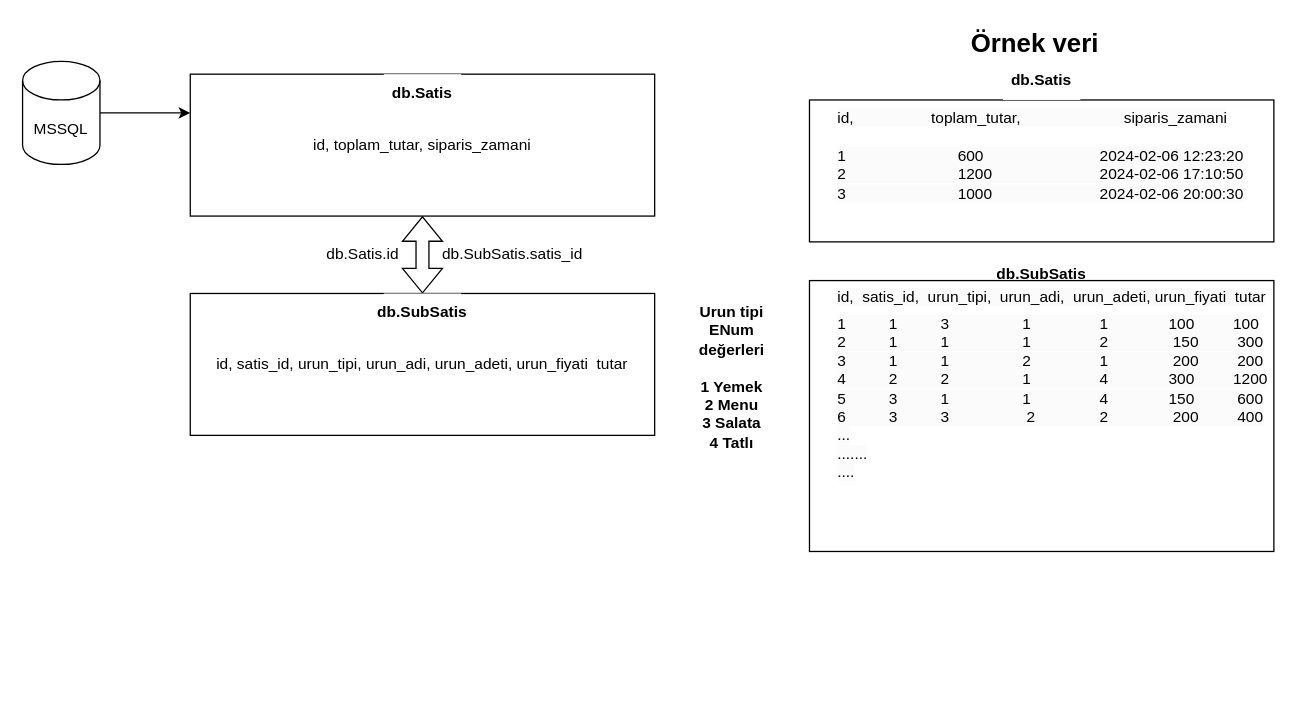
This is Başlıksız Diyagram.drawio from sinancesur34/Food-Ordering-Project, a draw.io file, before an edit. Source tidied: cells renumbered, new cells numbered last; positions are measured from the earlier drawing's top-left corner, leaving out a move shared by most shapes. Both pictures are drawn from the tidied source at 129%, with x=0, y=0 at pixel (22, 22).
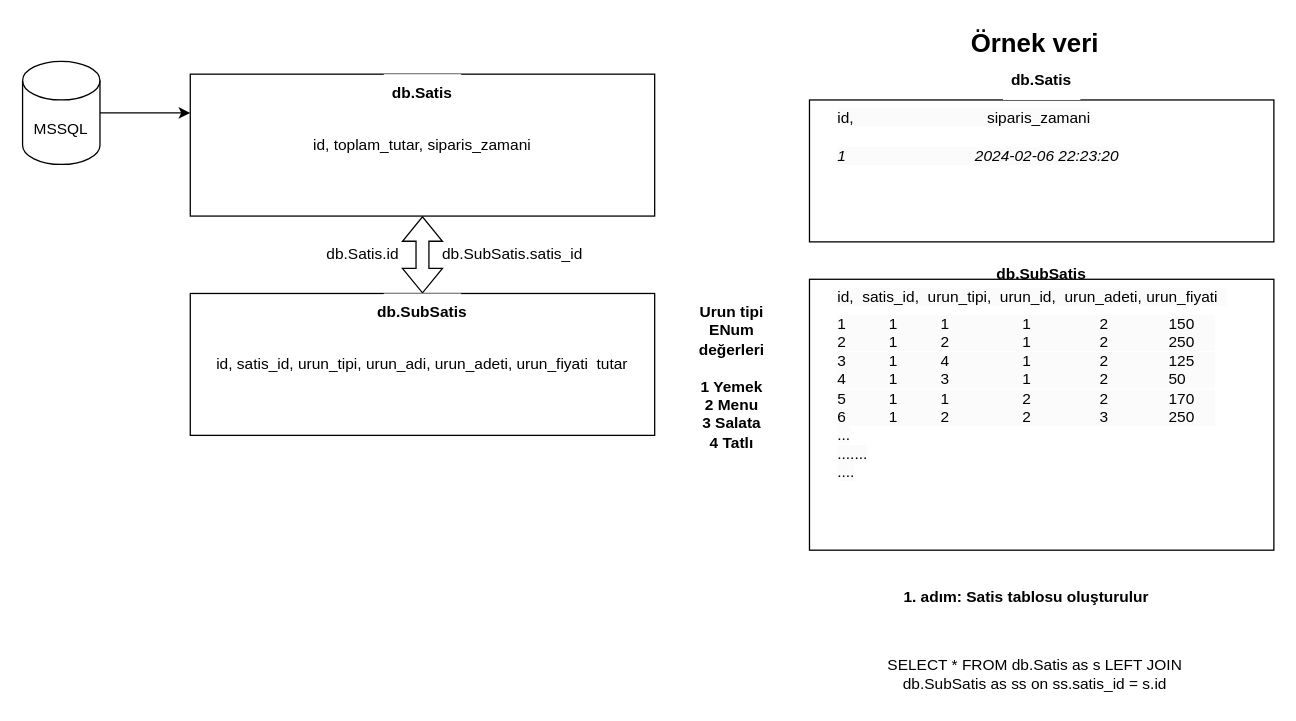
After the change.

Diff of the diagram source:
```diff
@@
-    <mxCell id="14" value="&lt;span style=&quot;color: rgb(0, 0, 0); font-family: Helvetica; font-size: 12px; font-style: normal; font-variant-ligatures: normal; font-variant-caps: normal; font-weight: 400; letter-spacing: normal; orphans: 2; text-align: center; text-indent: 0px; text-transform: none; widows: 2; word-spacing: 0px; -webkit-text-stroke-width: 0px; background-color: rgb(251, 251, 251); text-decoration-thickness: initial; text-decoration-style: initial; text-decoration-color: initial; float: none; display: inline !important;&quot;&gt;id,&amp;nbsp; &amp;nbsp; &amp;nbsp; &amp;nbsp; &amp;nbsp; &amp;nbsp; &amp;nbsp; &amp;nbsp; &amp;nbsp; toplam_tutar,&amp;nbsp; &amp;nbsp; &amp;nbsp; &amp;nbsp; &amp;nbsp; &amp;nbsp; &amp;nbsp; &amp;nbsp; &amp;nbsp; &amp;nbsp; &amp;nbsp; &amp;nbsp; siparis_zamani&lt;/span&gt;" style="text;whiteSpace=wrap;html=1;" parent="1" vertex="1">
+    <mxCell id="14" value="&lt;span style=&quot;color: rgb(0, 0, 0); font-family: Helvetica; font-size: 12px; font-style: normal; font-variant-ligatures: normal; font-variant-caps: normal; font-weight: 400; letter-spacing: normal; orphans: 2; text-align: center; text-indent: 0px; text-transform: none; widows: 2; word-spacing: 0px; -webkit-text-stroke-width: 0px; background-color: rgb(251, 251, 251); text-decoration-thickness: initial; text-decoration-style: initial; text-decoration-color: initial; float: none; display: inline !important;&quot;&gt;id,&amp;nbsp; &amp;nbsp; &amp;nbsp; &amp;nbsp; &amp;nbsp; &amp;nbsp; &amp;nbsp; &amp;nbsp; &amp;nbsp; &amp;nbsp; &amp;nbsp; &amp;nbsp; &amp;nbsp; &amp;nbsp; &amp;nbsp; &amp;nbsp;siparis_zamani&lt;/span&gt;" style="text;whiteSpace=wrap;html=1;" parent="1" vertex="1">
       <mxGeometry x="630" y="60" width="340" height="40" as="geometry" />
     </mxCell>
-    <mxCell id="15" value="&lt;span style=&quot;color: rgb(0, 0, 0); font-family: Helvetica; font-size: 12px; font-style: normal; font-variant-ligatures: normal; font-variant-caps: normal; font-weight: 400; letter-spacing: normal; orphans: 2; text-align: center; text-indent: 0px; text-transform: none; widows: 2; word-spacing: 0px; -webkit-text-stroke-width: 0px; background-color: rgb(251, 251, 251); text-decoration-thickness: initial; text-decoration-style: initial; text-decoration-color: initial; float: none; display: inline !important;&quot;&gt;1&amp;nbsp; &amp;nbsp; &amp;nbsp; &amp;nbsp; &amp;nbsp; &amp;nbsp; &amp;nbsp; &amp;nbsp; &amp;nbsp; &amp;nbsp; &amp;nbsp; &amp;nbsp; &amp;nbsp; 600&amp;nbsp; &amp;nbsp; &amp;nbsp; &amp;nbsp; &amp;nbsp; &amp;nbsp; &amp;nbsp; &amp;nbsp; &amp;nbsp; &amp;nbsp; &amp;nbsp; &amp;nbsp; &amp;nbsp; &amp;nbsp;2024-02-06 12:23:20&lt;br&gt;2&amp;nbsp; &amp;nbsp; &amp;nbsp; &amp;nbsp; &amp;nbsp; &amp;nbsp; &amp;nbsp; &amp;nbsp; &amp;nbsp; &amp;nbsp; &amp;nbsp; &amp;nbsp; &amp;nbsp; 1200&amp;nbsp; &amp;nbsp; &amp;nbsp; &amp;nbsp; &amp;nbsp; &amp;nbsp; &amp;nbsp; &amp;nbsp; &amp;nbsp; &amp;nbsp; &amp;nbsp; &amp;nbsp; &amp;nbsp;2024-02-06 17:10:50&lt;br&gt;3&amp;nbsp; &amp;nbsp; &amp;nbsp; &amp;nbsp; &amp;nbsp; &amp;nbsp; &amp;nbsp; &amp;nbsp; &amp;nbsp; &amp;nbsp; &amp;nbsp; &amp;nbsp; &amp;nbsp; 1000&amp;nbsp; &amp;nbsp; &amp;nbsp; &amp;nbsp; &amp;nbsp; &amp;nbsp; &amp;nbsp; &amp;nbsp; &amp;nbsp; &amp;nbsp; &amp;nbsp; &amp;nbsp; &amp;nbsp;2024-02-06 20:00:30&lt;br&gt;&lt;/span&gt;" style="text;whiteSpace=wrap;html=1;" parent="1" vertex="1">
+    <mxCell id="15" value="&lt;span style=&quot;color: rgb(0, 0, 0); font-family: Helvetica; font-size: 12px; font-variant-ligatures: normal; font-variant-caps: normal; letter-spacing: normal; orphans: 2; text-align: center; text-indent: 0px; text-transform: none; widows: 2; word-spacing: 0px; -webkit-text-stroke-width: 0px; background-color: rgb(251, 251, 251); text-decoration-thickness: initial; text-decoration-style: initial; text-decoration-color: initial; float: none; display: inline !important; font-weight: 400;&quot;&gt;&lt;i&gt;1&amp;nbsp; &amp;nbsp; &amp;nbsp; &amp;nbsp; &amp;nbsp; &amp;nbsp; &amp;nbsp; &amp;nbsp; &amp;nbsp; &amp;nbsp; &amp;nbsp; &amp;nbsp; &amp;nbsp; &amp;nbsp; &amp;nbsp; 2024-02-06 22:23:20&lt;/i&gt;&lt;br&gt;&lt;/span&gt;" style="text;whiteSpace=wrap;html=1;" parent="1" vertex="1">
       <mxGeometry x="630" y="90" width="340" height="40" as="geometry" />
     </mxCell>
@@
     <mxCell id="17" style="rounded=0;whiteSpace=wrap;html=1;" parent="1" vertex="1">
-      <mxGeometry x="610" y="200" width="360" height="210" as="geometry" />
+      <mxGeometry x="610" y="199" width="360" height="210" as="geometry" />
     </mxCell>
-    <mxCell id="18" value="&lt;span style=&quot;color: rgb(0, 0, 0); font-family: Helvetica; font-size: 12px; font-style: normal; font-variant-ligatures: normal; font-variant-caps: normal; font-weight: 400; letter-spacing: normal; orphans: 2; text-align: center; text-indent: 0px; text-transform: none; widows: 2; word-spacing: 0px; -webkit-text-stroke-width: 0px; background-color: rgb(251, 251, 251); text-decoration-thickness: initial; text-decoration-style: initial; text-decoration-color: initial; float: none; display: inline !important;&quot;&gt;1&amp;nbsp; &amp;nbsp; &amp;nbsp; &amp;nbsp; &amp;nbsp; 1&amp;nbsp; &amp;nbsp; &amp;nbsp; &amp;nbsp; &amp;nbsp; 3&amp;nbsp; &amp;nbsp; &amp;nbsp; &amp;nbsp; &amp;nbsp; &amp;nbsp; &amp;nbsp; &amp;nbsp; &amp;nbsp;1&amp;nbsp; &amp;nbsp; &amp;nbsp; &amp;nbsp; &amp;nbsp; &amp;nbsp; &amp;nbsp; &amp;nbsp; 1&amp;nbsp; &amp;nbsp; &amp;nbsp; &amp;nbsp; &amp;nbsp; &amp;nbsp; &amp;nbsp; 100&amp;nbsp; &amp;nbsp; &amp;nbsp; &amp;nbsp; &amp;nbsp;100&lt;br&gt;2&amp;nbsp; &amp;nbsp; &amp;nbsp; &amp;nbsp; &amp;nbsp; 1&amp;nbsp; &amp;nbsp; &amp;nbsp; &amp;nbsp; &amp;nbsp; 1&amp;nbsp; &amp;nbsp; &amp;nbsp; &amp;nbsp; &amp;nbsp; &amp;nbsp; &amp;nbsp; &amp;nbsp; &amp;nbsp;1&amp;nbsp; &amp;nbsp; &amp;nbsp; &amp;nbsp; &amp;nbsp; &amp;nbsp; &amp;nbsp; &amp;nbsp; 2&amp;nbsp; &amp;nbsp; &amp;nbsp; &amp;nbsp; &amp;nbsp; &amp;nbsp; &amp;nbsp; &amp;nbsp;150&amp;nbsp; &amp;nbsp; &amp;nbsp; &amp;nbsp; &amp;nbsp;300&lt;br&gt;3&amp;nbsp; &amp;nbsp; &amp;nbsp; &amp;nbsp; &amp;nbsp; 1&amp;nbsp; &amp;nbsp; &amp;nbsp; &amp;nbsp; &amp;nbsp; 1&amp;nbsp; &amp;nbsp; &amp;nbsp; &amp;nbsp; &amp;nbsp; &amp;nbsp; &amp;nbsp; &amp;nbsp; &amp;nbsp;2&amp;nbsp; &amp;nbsp; &amp;nbsp; &amp;nbsp; &amp;nbsp; &amp;nbsp; &amp;nbsp; &amp;nbsp; 1&amp;nbsp; &amp;nbsp; &amp;nbsp; &amp;nbsp; &amp;nbsp; &amp;nbsp; &amp;nbsp; &amp;nbsp;200&amp;nbsp; &amp;nbsp; &amp;nbsp; &amp;nbsp; &amp;nbsp;200&lt;br&gt;4&amp;nbsp; &amp;nbsp; &amp;nbsp; &amp;nbsp; &amp;nbsp; 2&amp;nbsp; &amp;nbsp; &amp;nbsp; &amp;nbsp; &amp;nbsp; 2&amp;nbsp; &amp;nbsp; &amp;nbsp; &amp;nbsp; &amp;nbsp; &amp;nbsp; &amp;nbsp; &amp;nbsp; &amp;nbsp;1&amp;nbsp; &amp;nbsp; &amp;nbsp; &amp;nbsp; &amp;nbsp; &amp;nbsp; &amp;nbsp; &amp;nbsp; 4&amp;nbsp; &amp;nbsp; &amp;nbsp; &amp;nbsp; &amp;nbsp; &amp;nbsp; &amp;nbsp; 300&amp;nbsp; &amp;nbsp; &amp;nbsp; &amp;nbsp; &amp;nbsp;1200&lt;br style=&quot;border-color: var(--border-color);&quot;&gt;5&amp;nbsp; &amp;nbsp; &amp;nbsp; &amp;nbsp; &amp;nbsp; 3&amp;nbsp; &amp;nbsp; &amp;nbsp; &amp;nbsp; &amp;nbsp; 1&amp;nbsp; &amp;nbsp; &amp;nbsp; &amp;nbsp; &amp;nbsp; &amp;nbsp; &amp;nbsp; &amp;nbsp; &amp;nbsp;1&amp;nbsp; &amp;nbsp; &amp;nbsp; &amp;nbsp; &amp;nbsp; &amp;nbsp; &amp;nbsp; &amp;nbsp; 4&amp;nbsp; &amp;nbsp; &amp;nbsp; &amp;nbsp; &amp;nbsp; &amp;nbsp; &amp;nbsp; 150&amp;nbsp; &amp;nbsp; &amp;nbsp; &amp;nbsp; &amp;nbsp; 600&lt;br style=&quot;border-color: var(--border-color);&quot;&gt;6&amp;nbsp; &amp;nbsp; &amp;nbsp; &amp;nbsp; &amp;nbsp; 3&amp;nbsp; &amp;nbsp; &amp;nbsp; &amp;nbsp; &amp;nbsp; 3&amp;nbsp; &amp;nbsp; &amp;nbsp; &amp;nbsp; &amp;nbsp; &amp;nbsp; &amp;nbsp; &amp;nbsp; &amp;nbsp; 2&amp;nbsp; &amp;nbsp; &amp;nbsp; &amp;nbsp; &amp;nbsp; &amp;nbsp; &amp;nbsp; &amp;nbsp;2&amp;nbsp; &amp;nbsp; &amp;nbsp; &amp;nbsp; &amp;nbsp; &amp;nbsp; &amp;nbsp; &amp;nbsp;200&amp;nbsp; &amp;nbsp; &amp;nbsp; &amp;nbsp; &amp;nbsp;400&lt;br style=&quot;border-color: var(--border-color);&quot;&gt;...&lt;br style=&quot;border-color: var(--border-color);&quot;&gt;.......&lt;br&gt;....&lt;br&gt;&lt;/span&gt;" style="text;whiteSpace=wrap;html=1;" parent="1" vertex="1">
+    <mxCell id="18" value="&lt;span style=&quot;color: rgb(0, 0, 0); font-family: Helvetica; font-size: 12px; font-style: normal; font-variant-ligatures: normal; font-variant-caps: normal; font-weight: 400; letter-spacing: normal; orphans: 2; text-align: center; text-indent: 0px; text-transform: none; widows: 2; word-spacing: 0px; -webkit-text-stroke-width: 0px; background-color: rgb(251, 251, 251); text-decoration-thickness: initial; text-decoration-style: initial; text-decoration-color: initial; float: none; display: inline !important;&quot;&gt;1&amp;nbsp; &amp;nbsp; &amp;nbsp; &amp;nbsp; &amp;nbsp; 1&amp;nbsp; &amp;nbsp; &amp;nbsp; &amp;nbsp; &amp;nbsp; 1&amp;nbsp; &amp;nbsp; &amp;nbsp; &amp;nbsp; &amp;nbsp; &amp;nbsp; &amp;nbsp; &amp;nbsp; &amp;nbsp;1&amp;nbsp; &amp;nbsp; &amp;nbsp; &amp;nbsp; &amp;nbsp; &amp;nbsp; &amp;nbsp; &amp;nbsp; 2&amp;nbsp; &amp;nbsp; &amp;nbsp; &amp;nbsp; &amp;nbsp; &amp;nbsp; &amp;nbsp; 150&amp;nbsp; &amp;nbsp; &amp;nbsp;&lt;br&gt;2&amp;nbsp; &amp;nbsp; &amp;nbsp; &amp;nbsp; &amp;nbsp; 1&amp;nbsp; &amp;nbsp; &amp;nbsp; &amp;nbsp; &amp;nbsp; 2&amp;nbsp; &amp;nbsp; &amp;nbsp; &amp;nbsp; &amp;nbsp; &amp;nbsp; &amp;nbsp; &amp;nbsp; &amp;nbsp;1&amp;nbsp; &amp;nbsp; &amp;nbsp; &amp;nbsp; &amp;nbsp; &amp;nbsp; &amp;nbsp; &amp;nbsp; 2&amp;nbsp; &amp;nbsp; &amp;nbsp; &amp;nbsp; &amp;nbsp; &amp;nbsp; &amp;nbsp; 250&amp;nbsp; &amp;nbsp; &amp;nbsp;&lt;br&gt;3&amp;nbsp; &amp;nbsp; &amp;nbsp; &amp;nbsp; &amp;nbsp; 1&amp;nbsp; &amp;nbsp; &amp;nbsp; &amp;nbsp; &amp;nbsp; 4&amp;nbsp; &amp;nbsp; &amp;nbsp; &amp;nbsp; &amp;nbsp; &amp;nbsp; &amp;nbsp; &amp;nbsp; &amp;nbsp;1&amp;nbsp; &amp;nbsp; &amp;nbsp; &amp;nbsp; &amp;nbsp; &amp;nbsp; &amp;nbsp; &amp;nbsp; 2&amp;nbsp; &amp;nbsp; &amp;nbsp; &amp;nbsp; &amp;nbsp; &amp;nbsp; &amp;nbsp; 125&amp;nbsp; &amp;nbsp; &amp;nbsp;&lt;br&gt;4&amp;nbsp; &amp;nbsp; &amp;nbsp; &amp;nbsp; &amp;nbsp; 1&amp;nbsp; &amp;nbsp; &amp;nbsp; &amp;nbsp; &amp;nbsp; 3&amp;nbsp; &amp;nbsp; &amp;nbsp; &amp;nbsp; &amp;nbsp; &amp;nbsp; &amp;nbsp; &amp;nbsp; &amp;nbsp;1&amp;nbsp; &amp;nbsp; &amp;nbsp; &amp;nbsp; &amp;nbsp; &amp;nbsp; &amp;nbsp; &amp;nbsp; 2&amp;nbsp; &amp;nbsp; &amp;nbsp; &amp;nbsp; &amp;nbsp; &amp;nbsp; &amp;nbsp; 50&amp;nbsp; &amp;nbsp; &amp;nbsp; &amp;nbsp;&lt;br style=&quot;border-color: var(--border-color);&quot;&gt;5&amp;nbsp; &amp;nbsp; &amp;nbsp; &amp;nbsp; &amp;nbsp; 1&amp;nbsp; &amp;nbsp; &amp;nbsp; &amp;nbsp; &amp;nbsp; 1&amp;nbsp; &amp;nbsp; &amp;nbsp; &amp;nbsp; &amp;nbsp; &amp;nbsp; &amp;nbsp; &amp;nbsp; &amp;nbsp;2&amp;nbsp; &amp;nbsp; &amp;nbsp; &amp;nbsp; &amp;nbsp; &amp;nbsp; &amp;nbsp; &amp;nbsp; 2&amp;nbsp; &amp;nbsp; &amp;nbsp; &amp;nbsp; &amp;nbsp; &amp;nbsp; &amp;nbsp; 170&amp;nbsp; &amp;nbsp; &amp;nbsp;&lt;br style=&quot;border-color: var(--border-color);&quot;&gt;6&amp;nbsp; &amp;nbsp; &amp;nbsp; &amp;nbsp; &amp;nbsp; 1&amp;nbsp; &amp;nbsp; &amp;nbsp; &amp;nbsp; &amp;nbsp; 2&amp;nbsp; &amp;nbsp; &amp;nbsp; &amp;nbsp; &amp;nbsp; &amp;nbsp; &amp;nbsp; &amp;nbsp; &amp;nbsp;2&amp;nbsp; &amp;nbsp; &amp;nbsp; &amp;nbsp; &amp;nbsp; &amp;nbsp; &amp;nbsp; &amp;nbsp; 3&amp;nbsp; &amp;nbsp; &amp;nbsp; &amp;nbsp; &amp;nbsp; &amp;nbsp; &amp;nbsp; 250&amp;nbsp; &amp;nbsp; &amp;nbsp;&lt;br style=&quot;border-color: var(--border-color);&quot;&gt;...&lt;br style=&quot;border-color: var(--border-color);&quot;&gt;.......&lt;br&gt;....&lt;br&gt;&lt;/span&gt;" style="text;whiteSpace=wrap;html=1;" parent="1" vertex="1">
       <mxGeometry x="630" y="220" width="340" height="40" as="geometry" />
     </mxCell>
-    <mxCell id="19" value="&lt;span style=&quot;color: rgb(0, 0, 0); font-family: Helvetica; font-size: 12px; font-style: normal; font-variant-ligatures: normal; font-variant-caps: normal; font-weight: 400; letter-spacing: normal; orphans: 2; text-align: center; text-indent: 0px; text-transform: none; widows: 2; word-spacing: 0px; -webkit-text-stroke-width: 0px; background-color: rgb(251, 251, 251); text-decoration-thickness: initial; text-decoration-style: initial; text-decoration-color: initial; float: none; display: inline !important;&quot;&gt;id,&amp;nbsp; satis_id,&amp;nbsp; urun_tipi,&amp;nbsp; urun_adi,&amp;nbsp; urun_adeti, urun_fiyati&amp;nbsp; tutar&lt;/span&gt;" style="text;whiteSpace=wrap;html=1;" parent="1" vertex="1">
+    <mxCell id="19" value="&lt;span style=&quot;color: rgb(0, 0, 0); font-family: Helvetica; font-size: 12px; font-style: normal; font-variant-ligatures: normal; font-variant-caps: normal; font-weight: 400; letter-spacing: normal; orphans: 2; text-align: center; text-indent: 0px; text-transform: none; widows: 2; word-spacing: 0px; -webkit-text-stroke-width: 0px; background-color: rgb(251, 251, 251); text-decoration-thickness: initial; text-decoration-style: initial; text-decoration-color: initial; float: none; display: inline !important;&quot;&gt;id,&amp;nbsp; satis_id,&amp;nbsp; urun_tipi,&amp;nbsp; urun_id,&amp;nbsp; urun_adeti, urun_fiyati&amp;nbsp;&amp;nbsp;&lt;/span&gt;" style="text;whiteSpace=wrap;html=1;" parent="1" vertex="1">
       <mxGeometry x="630" y="199" width="340" height="40" as="geometry" />
     </mxCell>
@@
+    <mxCell id="21" value="&lt;b&gt;1. adım: Satis tablosu oluşturulur&lt;span style=&quot;white-space: pre;&quot;&gt;&#9;&lt;/span&gt;&lt;/b&gt;" style="text;html=1;strokeColor=none;fillColor=none;align=center;verticalAlign=middle;whiteSpace=wrap;rounded=0;" parent="1" vertex="1">
+      <mxGeometry x="645" y="420" width="290" height="51" as="geometry" />
+    </mxCell>
+    <mxCell id="22" value="SELECT * FROM db.Satis as s LEFT JOIN db.SubSatis as ss on ss.satis_id = s.id" style="text;html=1;strokeColor=none;fillColor=none;align=center;verticalAlign=middle;whiteSpace=wrap;rounded=0;" parent="1" vertex="1">
+      <mxGeometry x="640" y="485" width="290" height="40" as="geometry" />
+    </mxCell>
```
